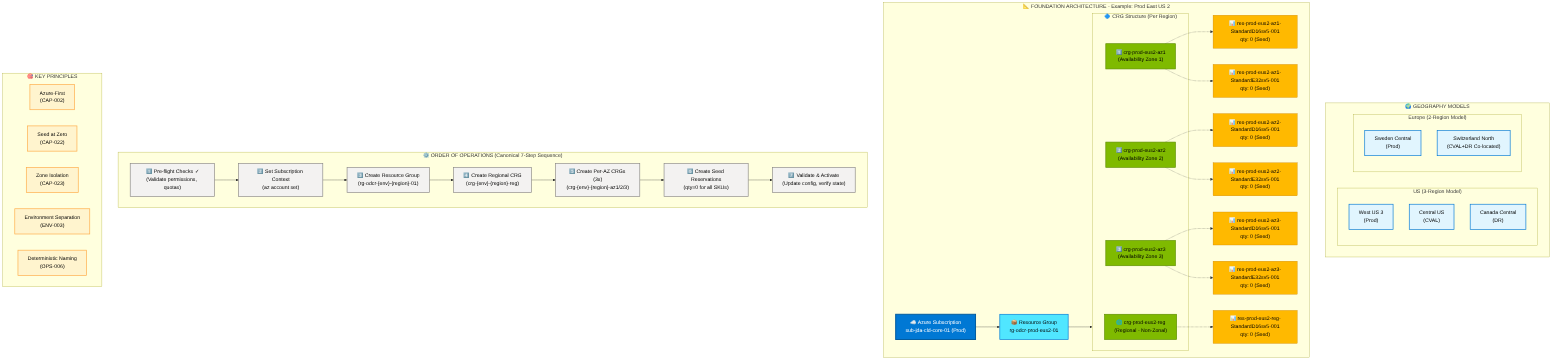
Above: Architecture/diagrams/diagram_7_crg_cr_foundation_provisioning.png in vishnu4573/acrme-capacity-reservation (Mermaid), before the change. Its source is kept beside it as Architecture/diagrams/diagram_7_crg_cr_foundation_provisioning.mmd. Its diagram source:
```mermaid
graph TB
    subgraph GEO["🌍 GEOGRAPHY MODELS"]
        subgraph US["US (3-Region Model)"]
            US1["West US 3<br/>(Prod)"]
            US2["Central US<br/>(CVAL)"]
            US3["Canada Central<br/>(DR)"]
        end

        subgraph EUR["Europe (2-Region Model)"]
            EUR1["Sweden Central<br/>(Prod)"]
            EUR2["Switzerland North<br/>(CVAL+DR Co-located)"]
        end
    end

    subgraph ARCH["📐 FOUNDATION ARCHITECTURE - Example: Prod East US 2"]
        SUB["☁️ Azure Subscription<br/>sub-jda-cld-core-01 (Prod)"]

        SUB --> RG["📦 Resource Group<br/>rg-odcr-prod-eus2-01"]

        RG --> CRGS["Capacity Reservation Groups"]

        subgraph CRGS["🔷 CRG Structure (Per Region)"]
            CRG_REG["🌐 crg-prod-eus2-reg<br/>(Regional - Non-Zonal)"]
            CRG_AZ1["1️⃣ crg-prod-eus2-az1<br/>(Availability Zone 1)"]
            CRG_AZ2["2️⃣ crg-prod-eus2-az2<br/>(Availability Zone 2)"]
            CRG_AZ3["3️⃣ crg-prod-eus2-az3<br/>(Availability Zone 3)"]
        end

        CRG_AZ1 -.-> RES1["📊 res-prod-eus2-az1-StandardD16sv5-001<br/>qty: 0 (Seed)"]
        CRG_AZ1 -.-> RES2["📊 res-prod-eus2-az1-StandardE32sv5-001<br/>qty: 0 (Seed)"]

        CRG_AZ2 -.-> RES3["📊 res-prod-eus2-az2-StandardD16sv5-001<br/>qty: 0 (Seed)"]
        CRG_AZ2 -.-> RES4["📊 res-prod-eus2-az2-StandardE32sv5-001<br/>qty: 0 (Seed)"]

        CRG_AZ3 -.-> RES5["📊 res-prod-eus2-az3-StandardD16sv5-001<br/>qty: 0 (Seed)"]
        CRG_AZ3 -.-> RES6["📊 res-prod-eus2-az3-StandardE32sv5-001<br/>qty: 0 (Seed)"]

        CRG_REG -.-> RES7["📊 res-prod-eus2-reg-StandardD16sv5-001<br/>qty: 0 (Seed)"]
    end

    subgraph FLOW["⚙️ ORDER OF OPERATIONS (Canonical 7-Step Sequence)"]
        STEP1["1️⃣ Pre-flight Checks ✓<br/>(Validate permissions, quotas)"]
        STEP2["2️⃣ Set Subscription Context<br/>(az account set)"]
        STEP3["3️⃣ Create Resource Group<br/>(rg-odcr-{env}-{region}-01)"]
        STEP4["4️⃣ Create Regional CRG<br/>(crg-{env}-{region}-reg)"]
        STEP5["5️⃣ Create Per-AZ CRGs (3x)<br/>(crg-{env}-{region}-az1/2/3)"]
        STEP6["6️⃣ Create Seed Reservations<br/>(qty=0 for all SKUs)"]
        STEP7["7️⃣ Validate & Activate<br/>(Update config, verify state)"]

        STEP1 --> STEP2 --> STEP3 --> STEP4 --> STEP5 --> STEP6 --> STEP7
    end

    subgraph PRINCIPLES["🎯 KEY PRINCIPLES"]
        P1["Azure-First<br/>(CAP-002)"]
        P2["Seed at Zero<br/>(CAP-022)"]
        P3["Zone Isolation<br/>(CAP-023)"]
        P4["Environment Separation<br/>(ENV-003)"]
        P5["Deterministic Naming<br/>(OPS-006)"]
    end

    classDef geoBox fill:#E1F5FE,stroke:#0078D4,stroke-width:2px,color:#000
    classDef subBox fill:#0078D4,stroke:#005A9E,stroke-width:3px,color:#FFF
    classDef rgBox fill:#50E6FF,stroke:#0078D4,stroke-width:2px,color:#000
    classDef crgBox fill:#7FBA00,stroke:#5E8E00,stroke-width:2px,color:#000
    classDef resBox fill:#FFB900,stroke:#C87E00,stroke-width:1px,color:#000
    classDef stepBox fill:#F3F2F1,stroke:#8A8886,stroke-width:2px,color:#000
    classDef principleBox fill:#FFF4CE,stroke:#FFAA44,stroke-width:2px,color:#000

    class US1,US2,US3,EUR1,EUR2 geoBox
    class SUB subBox
    class RG rgBox
    class CRG_REG,CRG_AZ1,CRG_AZ2,CRG_AZ3 crgBox
    class RES1,RES2,RES3,RES4,RES5,RES6,RES7 resBox
    class STEP1,STEP2,STEP3,STEP4,STEP5,STEP6,STEP7 stepBox
    class P1,P2,P3,P4,P5 principleBox
```
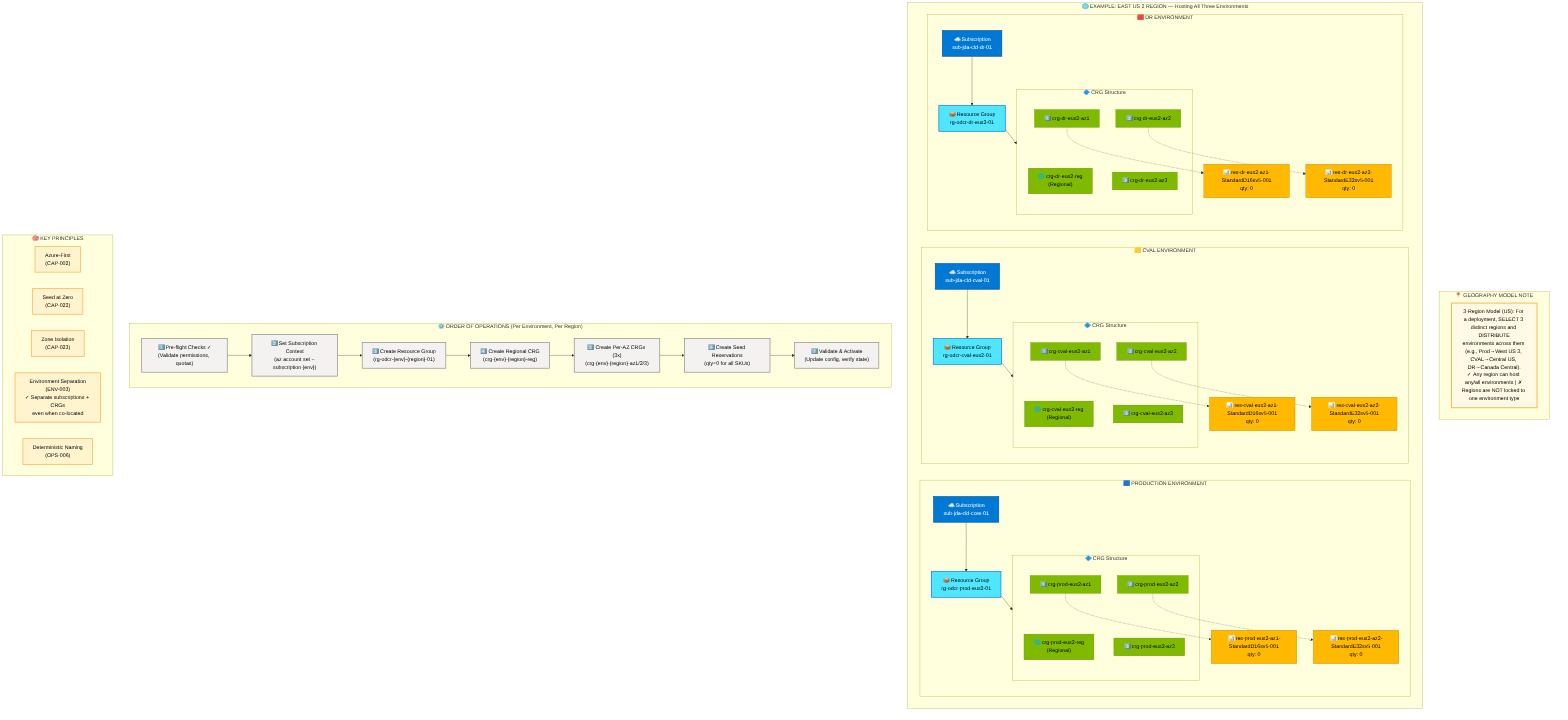
The same diagram one commit later.

Commit message:
CRITICAL FIX: Correct diagram_7 architecture model

What changed in the source:
```diff
@@ -1,46 +1,68 @@
 graph TB
-    subgraph GEO["🌍 GEOGRAPHY MODELS"]
-        subgraph US["US (3-Region Model)"]
-            US1["West US 3<br/>(Prod)"]
-            US2["Central US<br/>(CVAL)"]
-            US3["Canada Central<br/>(DR)"]
+    subgraph NOTE["📍 GEOGRAPHY MODEL NOTE"]
+        GEO_NOTE["3-Region Model (US): For a deployment, SELECT 3 distinct regions and DISTRIBUTE<br/>environments across them (e.g., Prod→West US 3, CVAL→Central US, DR→Canada Central).<br/>✓ Any region can host any/all environments | ✗ Regions are NOT locked to one environment type"]
+    end
+
+    subgraph REGION["🌐 EXAMPLE: EAST US 2 REGION — Hosting All Three Environments"]
+
+        subgraph PROD["🟦 PRODUCTION ENVIRONMENT"]
+            SUB_PROD["☁️ Subscription<br/>sub-jda-cld-core-01"]
+            RG_PROD["📦 Resource Group<br/>rg-odcr-prod-eus2-01"]
+
+            SUB_PROD --> RG_PROD
+
+            subgraph CRGS_PROD["🔷 CRG Structure"]
+                CRG_PROD_REG["🌐 crg-prod-eus2-reg<br/>(Regional)"]
+                CRG_PROD_AZ1["1️⃣ crg-prod-eus2-az1"]
+                CRG_PROD_AZ2["2️⃣ crg-prod-eus2-az2"]
+                CRG_PROD_AZ3["3️⃣ crg-prod-eus2-az3"]
+            end
+
+            RG_PROD --> CRGS_PROD
+            CRG_PROD_AZ1 -.-> RES_PROD1["📊 res-prod-eus2-az1-StandardD16sv5-001<br/>qty: 0"]
+            CRG_PROD_AZ2 -.-> RES_PROD2["📊 res-prod-eus2-az2-StandardE32sv5-001<br/>qty: 0"]
         end
 
-        subgraph EUR["Europe (2-Region Model)"]
-            EUR1["Sweden Central<br/>(Prod)"]
-            EUR2["Switzerland North<br/>(CVAL+DR Co-located)"]
+        subgraph CVAL["🟨 CVAL ENVIRONMENT"]
+            SUB_CVAL["☁️ Subscription<br/>sub-jda-cld-cval-01"]
+            RG_CVAL["📦 Resource Group<br/>rg-odcr-cval-eus2-01"]
+
+            SUB_CVAL --> RG_CVAL
+
+            subgraph CRGS_CVAL["🔷 CRG Structure"]
+                CRG_CVAL_REG["🌐 crg-cval-eus2-reg<br/>(Regional)"]
+                CRG_CVAL_AZ1["1️⃣ crg-cval-eus2-az1"]
+                CRG_CVAL_AZ2["2️⃣ crg-cval-eus2-az2"]
+                CRG_CVAL_AZ3["3️⃣ crg-cval-eus2-az3"]
+            end
+
+            RG_CVAL --> CRGS_CVAL
+            CRG_CVAL_AZ1 -.-> RES_CVAL1["📊 res-cval-eus2-az1-StandardD16sv5-001<br/>qty: 0"]
+            CRG_CVAL_AZ2 -.-> RES_CVAL2["📊 res-cval-eus2-az2-StandardE32sv5-001<br/>qty: 0"]
+        end
+
+        subgraph DR["🟥 DR ENVIRONMENT"]
+            SUB_DR["☁️ Subscription<br/>sub-jda-cld-dr-01"]
+            RG_DR["📦 Resource Group<br/>rg-odcr-dr-eus2-01"]
+
+            SUB_DR --> RG_DR
+
+            subgraph CRGS_DR["🔷 CRG Structure"]
+                CRG_DR_REG["🌐 crg-dr-eus2-reg<br/>(Regional)"]
+                CRG_DR_AZ1["1️⃣ crg-dr-eus2-az1"]
+                CRG_DR_AZ2["2️⃣ crg-dr-eus2-az2"]
+                CRG_DR_AZ3["3️⃣ crg-dr-eus2-az3"]
+            end
+
+            RG_DR --> CRGS_DR
+            CRG_DR_AZ1 -.-> RES_DR1["📊 res-dr-eus2-az1-StandardD16sv5-001<br/>qty: 0"]
+            CRG_DR_AZ2 -.-> RES_DR2["📊 res-dr-eus2-az2-StandardE32sv5-001<br/>qty: 0"]
         end
     end
 
-    subgraph ARCH["📐 FOUNDATION ARCHITECTURE - Example: Prod East US 2"]
-        SUB["☁️ Azure Subscription<br/>sub-jda-cld-core-01 (Prod)"]
-
-        SUB --> RG["📦 Resource Group<br/>rg-odcr-prod-eus2-01"]
-
-        RG --> CRGS["Capacity Reservation Groups"]
-
-        subgraph CRGS["🔷 CRG Structure (Per Region)"]
-            CRG_REG["🌐 crg-prod-eus2-reg<br/>(Regional - Non-Zonal)"]
-            CRG_AZ1["1️⃣ crg-prod-eus2-az1<br/>(Availability Zone 1)"]
-            CRG_AZ2["2️⃣ crg-prod-eus2-az2<br/>(Availability Zone 2)"]
-            CRG_AZ3["3️⃣ crg-prod-eus2-az3<br/>(Availability Zone 3)"]
-        end
-
-        CRG_AZ1 -.-> RES1["📊 res-prod-eus2-az1-StandardD16sv5-001<br/>qty: 0 (Seed)"]
-        CRG_AZ1 -.-> RES2["📊 res-prod-eus2-az1-StandardE32sv5-001<br/>qty: 0 (Seed)"]
-
-        CRG_AZ2 -.-> RES3["📊 res-prod-eus2-az2-StandardD16sv5-001<br/>qty: 0 (Seed)"]
-        CRG_AZ2 -.-> RES4["📊 res-prod-eus2-az2-StandardE32sv5-001<br/>qty: 0 (Seed)"]
-
-        CRG_AZ3 -.-> RES5["📊 res-prod-eus2-az3-StandardD16sv5-001<br/>qty: 0 (Seed)"]
-        CRG_AZ3 -.-> RES6["📊 res-prod-eus2-az3-StandardE32sv5-001<br/>qty: 0 (Seed)"]
-
-        CRG_REG -.-> RES7["📊 res-prod-eus2-reg-StandardD16sv5-001<br/>qty: 0 (Seed)"]
-    end
-
-    subgraph FLOW["⚙️ ORDER OF OPERATIONS (Canonical 7-Step Sequence)"]
+    subgraph FLOW["⚙️ ORDER OF OPERATIONS (Per Environment, Per Region)"]
         STEP1["1️⃣ Pre-flight Checks ✓<br/>(Validate permissions, quotas)"]
-        STEP2["2️⃣ Set Subscription Context<br/>(az account set)"]
+        STEP2["2️⃣ Set Subscription Context<br/>(az account set --subscription {env})"]
         STEP3["3️⃣ Create Resource Group<br/>(rg-odcr-{env}-{region}-01)"]
         STEP4["4️⃣ Create Regional CRG<br/>(crg-{env}-{region}-reg)"]
         STEP5["5️⃣ Create Per-AZ CRGs (3x)<br/>(crg-{env}-{region}-az1/2/3)"]
@@ -54,22 +76,28 @@
         P1["Azure-First<br/>(CAP-002)"]
         P2["Seed at Zero<br/>(CAP-022)"]
         P3["Zone Isolation<br/>(CAP-023)"]
-        P4["Environment Separation<br/>(ENV-003)"]
+        P4["Environment Separation<br/>(ENV-003)<br/>✓ Separate subscriptions + CRGs<br/>even when co-located"]
         P5["Deterministic Naming<br/>(OPS-006)"]
     end
 
-    classDef geoBox fill:#E1F5FE,stroke:#0078D4,stroke-width:2px,color:#000
-    classDef subBox fill:#0078D4,stroke:#005A9E,stroke-width:3px,color:#FFF
+    classDef noteBox fill:#FFF9E6,stroke:#FFB74D,stroke-width:3px,color:#000
+    classDef regionBox fill:#F5F5F5,stroke:#424242,stroke-width:3px,color:#000
+    classDef prodBox fill:#E3F2FD,stroke:#1976D2,stroke-width:2px,color:#000
+    classDef cvalBox fill:#FFF9C4,stroke:#F9A825,stroke-width:2px,color:#000
+    classDef drBox fill:#FFEBEE,stroke:#D32F2F,stroke-width:2px,color:#000
+    classDef subBox fill:#0078D4,stroke:#005A9E,stroke-width:2px,color:#FFF
     classDef rgBox fill:#50E6FF,stroke:#0078D4,stroke-width:2px,color:#000
-    classDef crgBox fill:#7FBA00,stroke:#5E8E00,stroke-width:2px,color:#000
+    classDef crgBox fill:#7FBA00,stroke:#5E8E00,stroke-width:1px,color:#000
     classDef resBox fill:#FFB900,stroke:#C87E00,stroke-width:1px,color:#000
     classDef stepBox fill:#F3F2F1,stroke:#8A8886,stroke-width:2px,color:#000
     classDef principleBox fill:#FFF4CE,stroke:#FFAA44,stroke-width:2px,color:#000
 
-    class US1,US2,US3,EUR1,EUR2 geoBox
-    class SUB subBox
-    class RG rgBox
-    class CRG_REG,CRG_AZ1,CRG_AZ2,CRG_AZ3 crgBox
-    class RES1,RES2,RES3,RES4,RES5,RES6,RES7 resBox
+    class GEO_NOTE noteBox
+    class SUB_PROD,SUB_CVAL,SUB_DR subBox
+    class RG_PROD,RG_CVAL,RG_DR rgBox
+    class CRG_PROD_REG,CRG_PROD_AZ1,CRG_PROD_AZ2,CRG_PROD_AZ3 crgBox
+    class CRG_CVAL_REG,CRG_CVAL_AZ1,CRG_CVAL_AZ2,CRG_CVAL_AZ3 crgBox
+    class CRG_DR_REG,CRG_DR_AZ1,CRG_DR_AZ2,CRG_DR_AZ3 crgBox
+    class RES_PROD1,RES_PROD2,RES_CVAL1,RES_CVAL2,RES_DR1,RES_DR2 resBox
     class STEP1,STEP2,STEP3,STEP4,STEP5,STEP6,STEP7 stepBox
     class P1,P2,P3,P4,P5 principleBox
```
